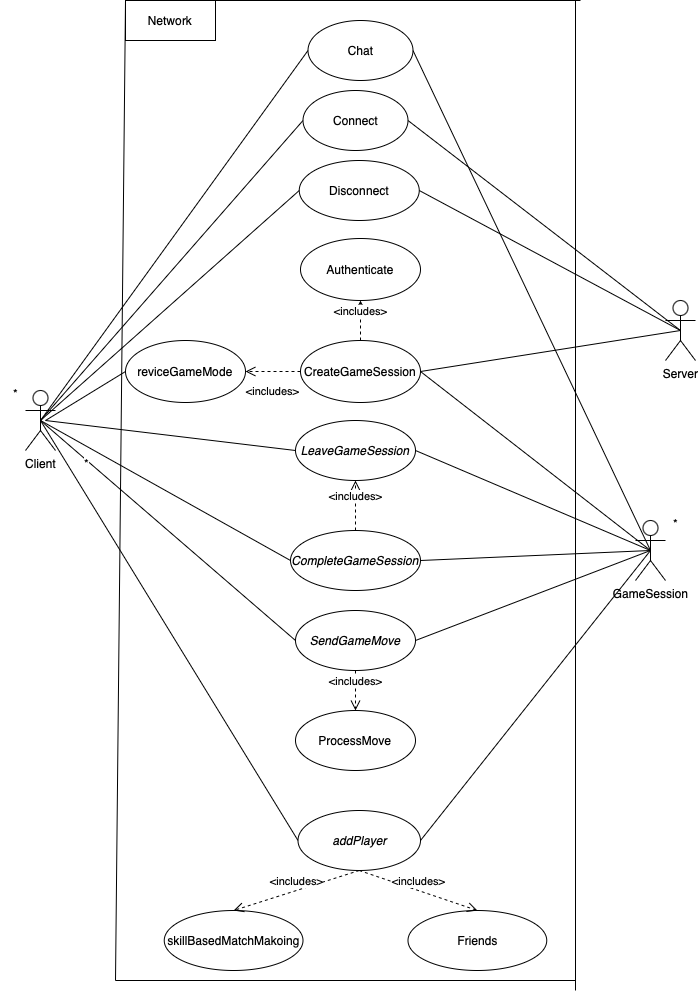
Before: docs/diagrams/NetworkingUseCaseDiagram.png, a diagram exported from draw.io (marinara782/OMG-Multiplayer-Project). Source tidied: cells renumbered, new cells last; positions are measured from the earlier drawing's top-left corner, leaving out a move shared by most shapes.
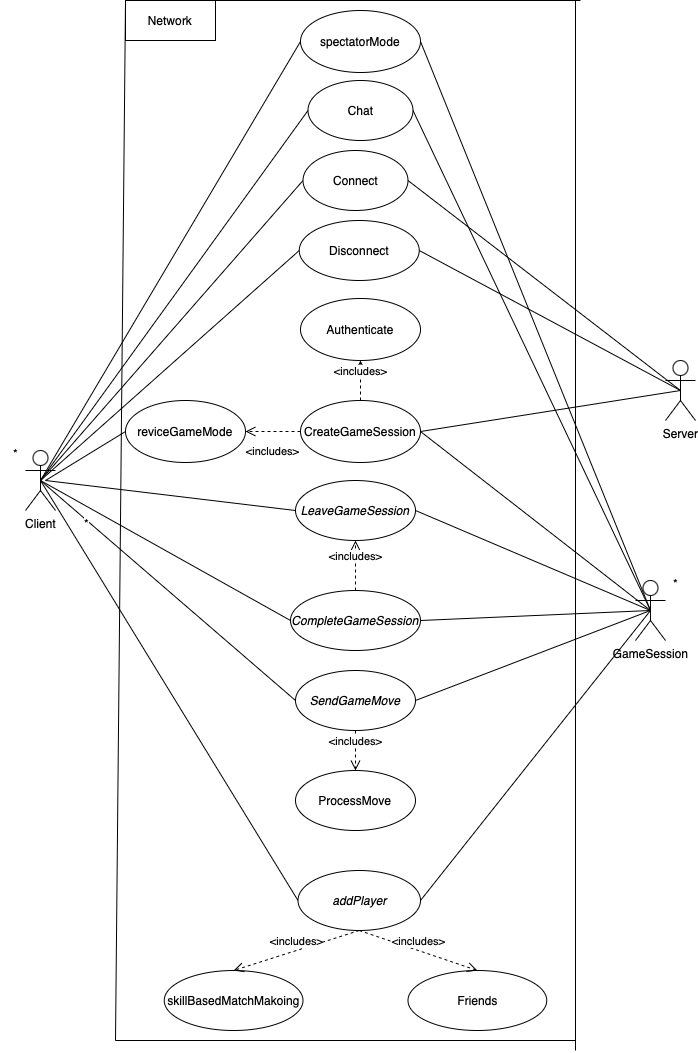
Above is the later version.

Commit message:
networking usecase diagram updated

The edit, as a diff of the source:
```diff
@@ -79,13 +79,13 @@
     <mxCell id="26" style="endArrow=none;html=1;rounded=0;" parent="1" edge="1">
       <mxGeometry relative="1" as="geometry">
         <mxPoint x="115" y="980" as="sourcePoint" />
-        <mxPoint x="125" as="targetPoint" />
+        <mxPoint x="125" y="-60" as="targetPoint" />
       </mxGeometry>
     </mxCell>
     <mxCell id="27" style="endArrow=none;html=1;rounded=0;" parent="1" edge="1">
       <mxGeometry relative="1" as="geometry">
-        <mxPoint x="125" as="sourcePoint" />
-        <mxPoint x="580" as="targetPoint" />
+        <mxPoint x="125" y="-60" as="sourcePoint" />
+        <mxPoint x="580" y="-60" as="targetPoint" />
       </mxGeometry>
     </mxCell>
     <mxCell id="28" style="endArrow=none;html=1;rounded=0;" parent="1" edge="1">
@@ -97,11 +97,11 @@
     <mxCell id="29" style="endArrow=none;html=1;rounded=0;" parent="1" edge="1">
       <mxGeometry relative="1" as="geometry">
         <mxPoint x="575" y="990" as="sourcePoint" />
-        <mxPoint x="575" as="targetPoint" />
+        <mxPoint x="575" y="-60" as="targetPoint" />
       </mxGeometry>
     </mxCell>
     <mxCell id="30" value="Network" style="rounded=0;whiteSpace=wrap;html=1;" parent="1" vertex="1">
-      <mxGeometry x="125" width="90" height="40" as="geometry" />
+      <mxGeometry x="125" y="-60" width="90" height="40" as="geometry" />
     </mxCell>
     <mxCell id="31" value="&amp;lt;includes&amp;gt;" style="html=1;verticalAlign=bottom;endArrow=open;dashed=1;endSize=8;curved=0;rounded=0;entryX=0.5;entryY=0;entryDx=0;entryDy=0;exitX=0.5;exitY=1;exitDx=0;exitDy=0;" parent="1" edge="1" source="20" target="23">
       <mxGeometry relative="1" as="geometry" />
@@ -161,5 +161,14 @@
         <mxPoint x="45" y="420" as="sourcePoint" />
       </mxGeometry>
     </mxCell>
+    <mxCell id="49" value="spectatorMode" style="ellipse;whiteSpace=wrap;html=1;" parent="1" vertex="1">
+      <mxGeometry x="300" y="-50" width="120" height="62" as="geometry" />
+    </mxCell>
+    <mxCell id="50" style="endArrow=none;html=1;rounded=0;exitX=0.5;exitY=0.5;exitDx=0;exitDy=0;exitPerimeter=0;entryX=0;entryY=0.5;entryDx=0;entryDy=0;" parent="1" edge="1" source="2" target="49">
+      <mxGeometry relative="1" as="geometry" />
+    </mxCell>
+    <mxCell id="51" style="endArrow=none;html=1;rounded=0;entryX=1;entryY=0.5;entryDx=0;entryDy=0;exitX=0.5;exitY=0.5;exitDx=0;exitDy=0;exitPerimeter=0;" parent="1" edge="1" source="4" target="49">
+      <mxGeometry relative="1" as="geometry" />
+    </mxCell>
   </root>
 </mxGraphModel>
```
